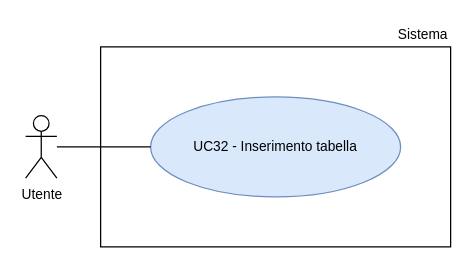
Above: RTB/doc_esterna/analisi-dei-requisiti/assets/draw.io/UC32.drawio in thebitless-group-swe/thebitless.github.io (draw.io), before the change. Source tidied: cells renumbered, new cells numbered last; positions are measured from the earlier drawing's top-left corner, leaving out a move shared by most shapes. Both pictures are drawn from the tidied source at 125%, with x=0, y=0 at pixel (25, 21).
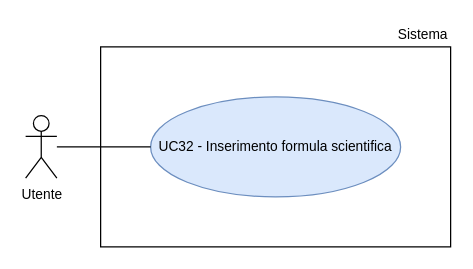
The same diagram, later.

Change to the diagram source:
```diff
@@
 <mxGraphModel>
   <root>
     <mxCell id="0" />
     <mxCell id="1" parent="0" />
     <mxCell id="2" value="Utente" style="shape=umlActor;verticalLabelPosition=bottom;verticalAlign=top;html=1;outlineConnect=0;fontSize=11;" parent="1" vertex="1">
       <mxGeometry y="75" width="25" height="50" as="geometry" />
     </mxCell>
     <mxCell id="3" style="rounded=0;whiteSpace=wrap;html=1;strokeWidth=1;" parent="1" vertex="1">
       <mxGeometry x="60" y="20" width="280" height="160" as="geometry" />
     </mxCell>
     <mxCell id="4" value="Sistema" style="text;html=1;whiteSpace=wrap;strokeColor=none;fillColor=none;align=right;verticalAlign=middle;fontSize=11;" parent="1" vertex="1">
       <mxGeometry x="270" width="70" height="20" as="geometry" />
     </mxCell>
-    <mxCell id="5" value="UC32 - Inserimento tabella" style="ellipse;whiteSpace=wrap;html=1;fillColor=#dae8fc;strokeColor=#6c8ebf;fontSize=11;" parent="1" vertex="1">
+    <mxCell id="5" value="UC32 - Inserimento formula scientifica" style="ellipse;whiteSpace=wrap;html=1;fillColor=#dae8fc;strokeColor=#6c8ebf;fontSize=11;" parent="1" vertex="1">
       <mxGeometry x="100" y="60" width="200" height="80" as="geometry" />
     </mxCell>
     <mxCell id="6" style="edgeStyle=none;rounded=0;jettySize=auto;html=1;endArrow=none;endFill=0;" parent="1" edge="1" source="2" target="5">
       <mxGeometry relative="1" as="geometry" />
     </mxCell>
   </root>
 </mxGraphModel>
```
